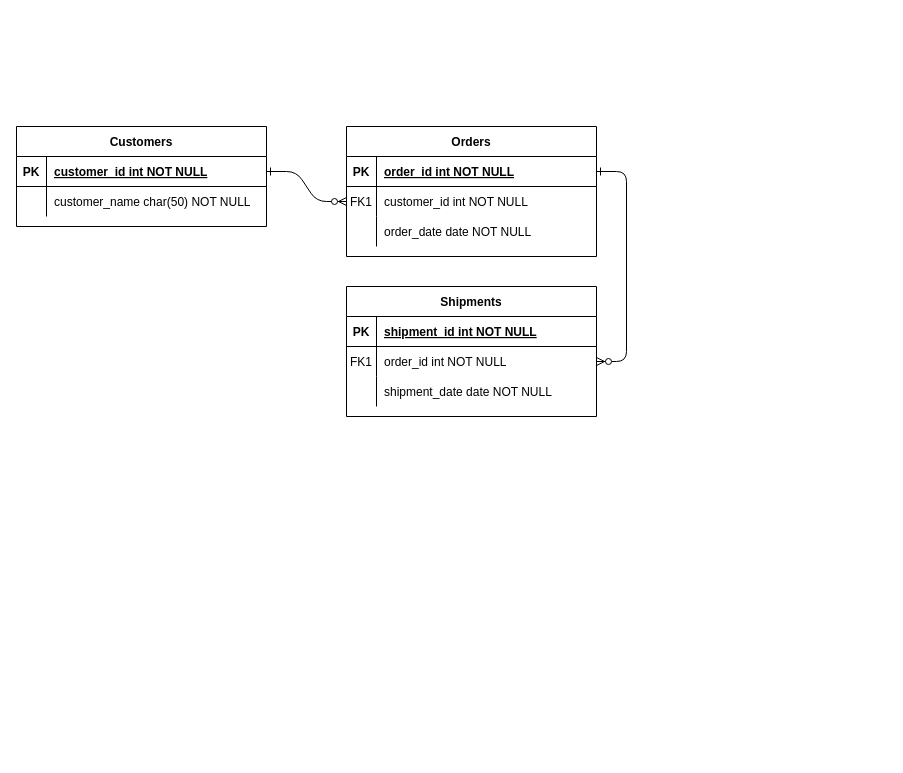
alphamystic/OVS keeps this draw.io diagram as Untitled Diagram.drawio. Above is the earlier version. Source tidied: cells renumbered, new cells numbered last; positions are measured from the earlier drawing's top-left corner, leaving out a move shared by most shapes. Both pictures are drawn from the tidied source at 100%, with x=0, y=0 at pixel (16, 126).
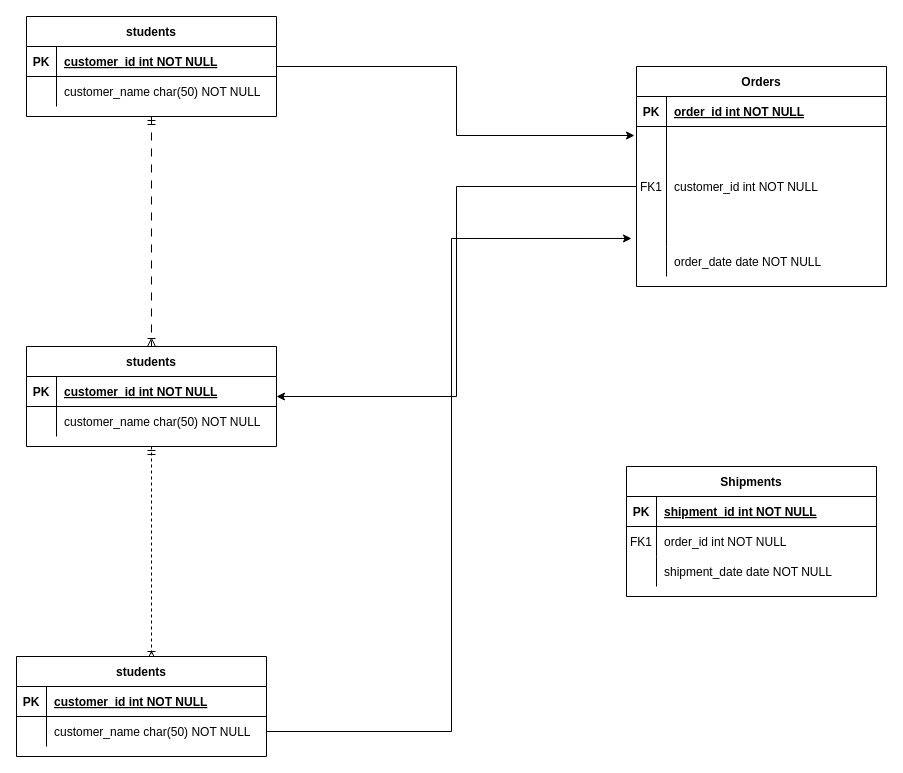
Above is the later version.

The change refers to these unchanged cells:
```xml
<mxCell id="5" style="shape=partialRectangle;fillColor=none;points=[[0,0.5],[1,0.5]];portConstraint=eastwest;top=0;left=0;right=0;bottom=1;" parent="4" vertex="1">
  <mxGeometry y="30" width="250" height="30" as="geometry" />
</mxCell>
<mxCell id="18" style="shape=partialRectangle;fillColor=none;points=[[0,0.5],[1,0.5]];portConstraint=eastwest;top=0;left=0;right=0;bottom=0;" parent="14" vertex="1">
  <mxGeometry y="60" width="250" height="30" as="geometry" />
</mxCell>
<mxCell id="25" style="shape=partialRectangle;fillColor=none;points=[[0,0.5],[1,0.5]];portConstraint=eastwest;top=0;left=0;right=0;bottom=1;" parent="24" vertex="1">
  <mxGeometry y="30" width="250" height="30" as="geometry" />
</mxCell>
```

Diff of the diagram source:
```diff
@@
-    <mxCell id="2" style="edgeStyle=entityRelationEdgeStyle;endArrow=ERzeroToMany;startArrow=ERone;endFill=1;startFill=0;" parent="1" edge="1" source="25" target="8">
-      <mxGeometry relative="1" as="geometry" />
-    </mxCell>
-    <mxCell id="3" style="edgeStyle=entityRelationEdgeStyle;endArrow=ERzeroToMany;startArrow=ERone;endFill=1;startFill=0;" parent="1" edge="1" source="5" target="18">
-      <mxGeometry relative="1" as="geometry" />
-    </mxCell>
     <mxCell id="4" value="Orders" style="shape=table;startSize=30;childLayout=tableLayout;rowLines=0;fontStyle=1;align=center;" parent="1" vertex="1">
-      <mxGeometry x="330" width="250" height="130" as="geometry" />
+      <mxGeometry x="620" y="-60" width="250" height="220" as="geometry" />
     </mxCell>
@@
     <mxCell id="8" style="shape=partialRectangle;fillColor=none;points=[[0,0.5],[1,0.5]];portConstraint=eastwest;top=0;left=0;right=0;bottom=0;" parent="4" vertex="1">
-      <mxGeometry y="60" width="250" height="30" as="geometry" />
+      <mxGeometry y="60" width="250" height="120" as="geometry" />
     </mxCell>
     <mxCell id="9" value="FK1" style="shape=partialRectangle;overflow=hidden;fillColor=none;top=0;left=0;bottom=0;right=0;" parent="8" vertex="1">
-      <mxGeometry width="30" height="30" as="geometry" />
+      <mxGeometry width="30" height="120" as="geometry" />
     </mxCell>
     <mxCell id="10" value="customer_id int NOT NULL" style="shape=partialRectangle;overflow=hidden;fillColor=none;top=0;left=0;bottom=0;right=0;align=left;spacingLeft=6;" parent="8" vertex="1">
-      <mxGeometry x="30" width="220" height="30" as="geometry" />
+      <mxGeometry x="30" width="220" height="120" as="geometry" />
     </mxCell>
     <mxCell id="11" style="shape=partialRectangle;fillColor=none;top=0;left=0;right=0;bottom=0;" parent="4" vertex="1">
-      <mxGeometry y="90" width="250" height="30" as="geometry" />
+      <mxGeometry y="180" width="250" height="30" as="geometry" />
     </mxCell>
@@
     <mxCell id="14" value="Shipments" style="shape=table;startSize=30;childLayout=tableLayout;rowLines=0;fontStyle=1;align=center;" parent="1" vertex="1">
-      <mxGeometry x="330" y="160" width="250" height="130" as="geometry" />
+      <mxGeometry x="610" y="340" width="250" height="130" as="geometry" />
     </mxCell>
@@
+    <mxCell id="31" style="edgeStyle=orthogonalEdgeStyle;rounded=0;jettySize=auto;html=1;exitX=0.5;exitY=1;exitDx=0;exitDy=0;entryX=0.5;entryY=0;entryDx=0;entryDy=0;dashed=1;dashPattern=8 8;startArrow=ERmandOne;startFill=0;endArrow=ERoneToMany;endFill=0;" parent="1" edge="1" source="24" target="34">
+      <mxGeometry relative="1" as="geometry" />
+    </mxCell>
+    <mxCell id="32" style="edgeStyle=orthogonalEdgeStyle;rounded=0;jettySize=auto;html=1;exitX=1;exitY=0.5;exitDx=0;exitDy=0;entryX=-0.008;entryY=0.075;entryDx=0;entryDy=0;entryPerimeter=0;" parent="1" edge="1" source="24" target="8">
+      <mxGeometry relative="1" as="geometry" />
+    </mxCell>
-    <mxCell id="24" value="Customers" style="shape=table;startSize=30;childLayout=tableLayout;rowLines=0;fontStyle=1;align=center;" parent="1" vertex="1">
-      <mxGeometry width="250" height="100" as="geometry" />
+    <mxCell id="24" value="students" style="shape=table;startSize=30;childLayout=tableLayout;rowLines=0;fontStyle=1;align=center;" parent="1" vertex="1">
+      <mxGeometry x="10" y="-110" width="250" height="100" as="geometry" />
     </mxCell>
@@
+    <mxCell id="33" style="edgeStyle=orthogonalEdgeStyle;rounded=0;jettySize=auto;html=1;exitX=0.5;exitY=1;exitDx=0;exitDy=0;entryX=0.54;entryY=0.03;entryDx=0;entryDy=0;entryPerimeter=0;dashed=1;startArrow=ERmandOne;startFill=0;endArrow=ERoneToMany;endFill=0;" parent="1" edge="1" source="34" target="42">
+      <mxGeometry relative="1" as="geometry" />
+    </mxCell>
+    <mxCell id="34" value="students" style="shape=table;startSize=30;childLayout=tableLayout;rowLines=0;fontStyle=1;align=center;" parent="1" vertex="1">
+      <mxGeometry x="10" y="220" width="250" height="100" as="geometry" />
+    </mxCell>
+    <mxCell id="35" style="shape=partialRectangle;fillColor=none;top=0;left=0;right=0;bottom=1;" parent="34" vertex="1">
+      <mxGeometry y="30" width="250" height="30" as="geometry" />
+    </mxCell>
+    <mxCell id="36" value="PK" style="shape=partialRectangle;overflow=hidden;fillColor=none;top=0;left=0;bottom=0;right=0;fontStyle=1;" parent="35" vertex="1">
+      <mxGeometry width="30" height="30" as="geometry" />
+    </mxCell>
+    <mxCell id="37" value="customer_id int NOT NULL " style="shape=partialRectangle;overflow=hidden;fillColor=none;top=0;left=0;bottom=0;right=0;align=left;spacingLeft=6;fontStyle=5;" parent="35" vertex="1">
+      <mxGeometry x="30" width="220" height="30" as="geometry" />
+    </mxCell>
+    <mxCell id="38" style="shape=partialRectangle;fillColor=none;top=0;left=0;right=0;bottom=0;" parent="34" vertex="1">
+      <mxGeometry y="60" width="250" height="30" as="geometry" />
+    </mxCell>
+    <mxCell id="39" style="shape=partialRectangle;overflow=hidden;fillColor=none;top=0;left=0;bottom=0;right=0;" parent="38" vertex="1">
+      <mxGeometry width="30" height="30" as="geometry" />
+    </mxCell>
+    <mxCell id="40" value="customer_name char(50) NOT NULL" style="shape=partialRectangle;overflow=hidden;fillColor=none;top=0;left=0;bottom=0;right=0;align=left;spacingLeft=6;" parent="38" vertex="1">
+      <mxGeometry x="30" width="220" height="30" as="geometry" />
+    </mxCell>
+    <mxCell id="41" style="edgeStyle=orthogonalEdgeStyle;rounded=0;jettySize=auto;html=1;exitX=1;exitY=0.75;exitDx=0;exitDy=0;entryX=-0.02;entryY=0.933;entryDx=0;entryDy=0;entryPerimeter=0;" parent="1" edge="1" source="42" target="8">
+      <mxGeometry relative="1" as="geometry" />
+    </mxCell>
+    <mxCell id="42" value="students" style="shape=table;startSize=30;childLayout=tableLayout;rowLines=0;fontStyle=1;align=center;" parent="1" vertex="1">
+      <mxGeometry y="530" width="250" height="100" as="geometry" />
+    </mxCell>
+    <mxCell id="43" style="shape=partialRectangle;fillColor=none;top=0;left=0;right=0;bottom=1;" parent="42" vertex="1">
+      <mxGeometry y="30" width="250" height="30" as="geometry" />
+    </mxCell>
+    <mxCell id="44" value="PK" style="shape=partialRectangle;overflow=hidden;fillColor=none;top=0;left=0;bottom=0;right=0;fontStyle=1;" parent="43" vertex="1">
+      <mxGeometry width="30" height="30" as="geometry" />
+    </mxCell>
+    <mxCell id="45" value="customer_id int NOT NULL " style="shape=partialRectangle;overflow=hidden;fillColor=none;top=0;left=0;bottom=0;right=0;align=left;spacingLeft=6;fontStyle=5;" parent="43" vertex="1">
+      <mxGeometry x="30" width="220" height="30" as="geometry" />
+    </mxCell>
+    <mxCell id="46" style="shape=partialRectangle;fillColor=none;top=0;left=0;right=0;bottom=0;" parent="42" vertex="1">
+      <mxGeometry y="60" width="250" height="30" as="geometry" />
+    </mxCell>
+    <mxCell id="47" style="shape=partialRectangle;overflow=hidden;fillColor=none;top=0;left=0;bottom=0;right=0;" parent="46" vertex="1">
+      <mxGeometry width="30" height="30" as="geometry" />
+    </mxCell>
+    <mxCell id="48" value="customer_name char(50) NOT NULL" style="shape=partialRectangle;overflow=hidden;fillColor=none;top=0;left=0;bottom=0;right=0;align=left;spacingLeft=6;" parent="46" vertex="1">
+      <mxGeometry x="30" width="220" height="30" as="geometry" />
+    </mxCell>
+    <mxCell id="49" style="edgeStyle=orthogonalEdgeStyle;rounded=0;jettySize=auto;html=1;exitX=0;exitY=0.5;exitDx=0;exitDy=0;entryX=1;entryY=0.5;entryDx=0;entryDy=0;" parent="1" edge="1" source="8" target="34">
+      <mxGeometry relative="1" as="geometry" />
+    </mxCell>
```
